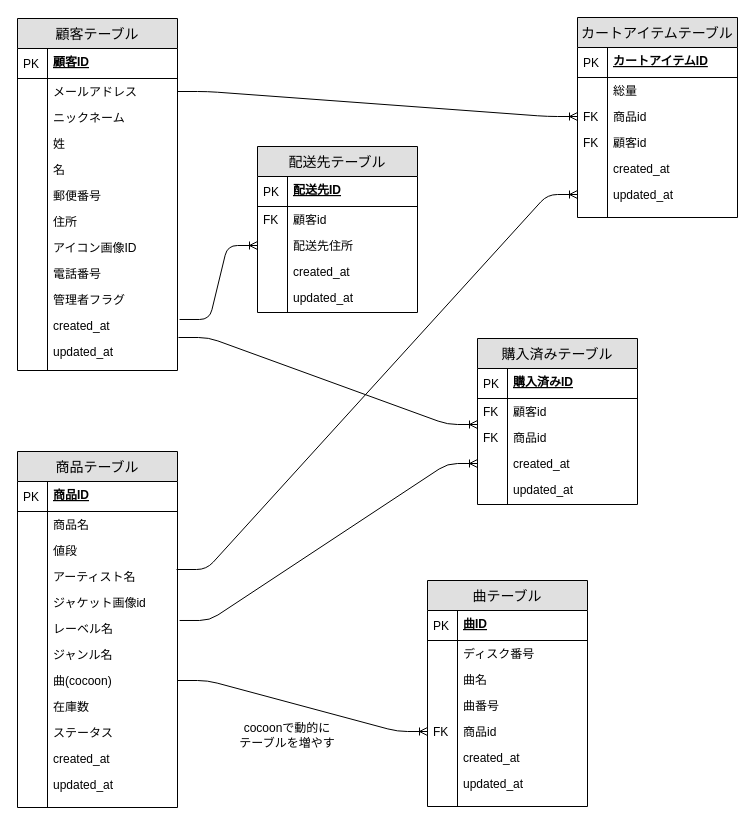
saezurucrow/ec-site keeps this draw.io diagram as Design/ER図.drawio. Above is the earlier version. Source tidied: cells renumbered, new cells numbered last; positions are measured from the earlier drawing's top-left corner, leaving out a move shared by most shapes. Both pictures are drawn from the tidied source at 100%, with x=0, y=0 at pixel (17, 17).
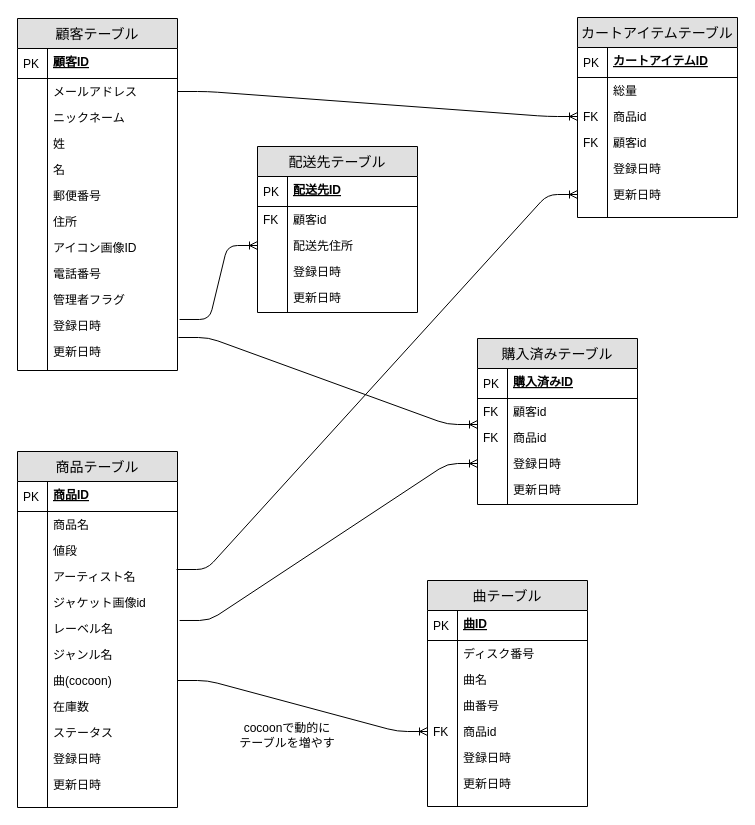
Above is the later version.

Unchanged cells that the change refers to:
```xml
<mxCell id="2" value="顧客テーブル" style="swimlane;fontStyle=0;horizontal=1;startSize=30;fillColor=#e0e0e0;swimlaneFillColor=#ffffff;align=center;fontSize=14;" parent="1" vertex="1">
  <mxGeometry y="1" width="160" height="352" as="geometry" />
</mxCell>
<mxCell id="29" value="商品テーブル" style="swimlane;fontStyle=0;horizontal=1;startSize=30;fillColor=#e0e0e0;swimlaneFillColor=#ffffff;align=center;fontSize=14;" parent="1" vertex="1">
  <mxGeometry y="434" width="160" height="356" as="geometry" />
</mxCell>
<mxCell id="56" value="曲テーブル" style="swimlane;fontStyle=0;horizontal=1;startSize=30;fillColor=#e0e0e0;swimlaneFillColor=#ffffff;align=center;fontSize=14;" parent="1" vertex="1">
  <mxGeometry x="410" y="563" width="160" height="226" as="geometry" />
</mxCell>
<mxCell id="73" value="カートアイテムテーブル" style="swimlane;fontStyle=0;horizontal=1;startSize=30;fillColor=#e0e0e0;swimlaneFillColor=#ffffff;align=center;fontSize=14;" parent="1" vertex="1">
  <mxGeometry x="560" width="160" height="200" as="geometry" />
</mxCell>
<mxCell id="92" value="配送先テーブル" style="swimlane;fontStyle=0;horizontal=1;startSize=30;fillColor=#e0e0e0;swimlaneFillColor=#ffffff;align=center;fontSize=14;" parent="1" vertex="1">
  <mxGeometry x="240" y="129" width="160" height="166" as="geometry" />
</mxCell>
<mxCell id="106" value="購入済みテーブル" style="swimlane;fontStyle=0;horizontal=1;startSize=30;fillColor=#e0e0e0;swimlaneFillColor=#ffffff;align=center;fontSize=14;" parent="1" vertex="1">
  <mxGeometry x="460" y="321" width="160" height="166" as="geometry" />
</mxCell>
```

Change to the diagram source:
```diff
@@
-    <mxCell id="23" value="created_at" style="shape=partialRectangle;top=0;left=0;right=0;bottom=0;align=left;verticalAlign=top;fillColor=none;spacingLeft=34;spacingRight=4;overflow=hidden;points=[[0,0.5],[1,0.5]];portConstraint=eastwest;fontSize=12;" parent="2" vertex="1">
+    <mxCell id="23" value="登録日時" style="shape=partialRectangle;top=0;left=0;right=0;bottom=0;align=left;verticalAlign=top;fillColor=none;spacingLeft=34;spacingRight=4;overflow=hidden;points=[[0,0.5],[1,0.5]];portConstraint=eastwest;fontSize=12;" parent="2" vertex="1">
       <mxGeometry y="294" width="160" height="26" as="geometry" />
     </mxCell>
@@
-    <mxCell id="25" value="updated_at" style="shape=partialRectangle;top=0;left=0;right=0;bottom=0;align=left;verticalAlign=top;fillColor=none;spacingLeft=34;spacingRight=4;overflow=hidden;points=[[0,0.5],[1,0.5]];portConstraint=eastwest;fontSize=12;" parent="2" vertex="1">
+    <mxCell id="25" value="更新日時" style="shape=partialRectangle;top=0;left=0;right=0;bottom=0;align=left;verticalAlign=top;fillColor=none;spacingLeft=34;spacingRight=4;overflow=hidden;points=[[0,0.5],[1,0.5]];portConstraint=eastwest;fontSize=12;" parent="2" vertex="1">
       <mxGeometry y="320" width="160" height="26" as="geometry" />
     </mxCell>
@@
-    <mxCell id="50" value="created_at" style="shape=partialRectangle;top=0;left=0;right=0;bottom=0;align=left;verticalAlign=top;fillColor=none;spacingLeft=34;spacingRight=4;overflow=hidden;fontSize=12;" parent="29" vertex="1">
+    <mxCell id="50" value="登録日時" style="shape=partialRectangle;top=0;left=0;right=0;bottom=0;align=left;verticalAlign=top;fillColor=none;spacingLeft=34;spacingRight=4;overflow=hidden;fontSize=12;" parent="29" vertex="1">
       <mxGeometry y="294" width="160" height="26" as="geometry" />
     </mxCell>
@@
-    <mxCell id="52" value="updated_at" style="shape=partialRectangle;top=0;left=0;right=0;bottom=0;align=left;verticalAlign=top;fillColor=none;spacingLeft=34;spacingRight=4;overflow=hidden;fontSize=12;" parent="29" vertex="1">
+    <mxCell id="52" value="更新日時" style="shape=partialRectangle;top=0;left=0;right=0;bottom=0;align=left;verticalAlign=top;fillColor=none;spacingLeft=34;spacingRight=4;overflow=hidden;fontSize=12;" parent="29" vertex="1">
       <mxGeometry y="320" width="160" height="26" as="geometry" />
     </mxCell>
@@
-    <mxCell id="67" value="created_at" style="shape=partialRectangle;top=0;left=0;right=0;bottom=0;align=left;verticalAlign=top;fillColor=none;spacingLeft=34;spacingRight=4;overflow=hidden;fontSize=12;" parent="56" vertex="1">
+    <mxCell id="67" value="登録日時" style="shape=partialRectangle;top=0;left=0;right=0;bottom=0;align=left;verticalAlign=top;fillColor=none;spacingLeft=34;spacingRight=4;overflow=hidden;fontSize=12;" parent="56" vertex="1">
       <mxGeometry y="164" width="160" height="26" as="geometry" />
     </mxCell>
@@
-    <mxCell id="69" value="updated_at" style="shape=partialRectangle;top=0;left=0;right=0;bottom=0;align=left;verticalAlign=top;fillColor=none;spacingLeft=34;spacingRight=4;overflow=hidden;fontSize=12;" parent="56" vertex="1">
+    <mxCell id="69" value="更新日時" style="shape=partialRectangle;top=0;left=0;right=0;bottom=0;align=left;verticalAlign=top;fillColor=none;spacingLeft=34;spacingRight=4;overflow=hidden;fontSize=12;" parent="56" vertex="1">
       <mxGeometry y="190" width="160" height="26" as="geometry" />
     </mxCell>
@@
-    <mxCell id="82" value="created_at" style="shape=partialRectangle;top=0;left=0;right=0;bottom=0;align=left;verticalAlign=top;fillColor=none;spacingLeft=34;spacingRight=4;overflow=hidden;fontSize=12;" parent="73" vertex="1">
+    <mxCell id="82" value="登録日時" style="shape=partialRectangle;top=0;left=0;right=0;bottom=0;align=left;verticalAlign=top;fillColor=none;spacingLeft=34;spacingRight=4;overflow=hidden;fontSize=12;" parent="73" vertex="1">
       <mxGeometry y="138" width="160" height="26" as="geometry" />
     </mxCell>
@@
-    <mxCell id="84" value="updated_at" style="shape=partialRectangle;top=0;left=0;right=0;bottom=0;align=left;verticalAlign=top;fillColor=none;spacingLeft=34;spacingRight=4;overflow=hidden;points=[[0,0.5],[1,0.5]];portConstraint=eastwest;fontSize=12;" parent="73" vertex="1">
+    <mxCell id="84" value="更新日時" style="shape=partialRectangle;top=0;left=0;right=0;bottom=0;align=left;verticalAlign=top;fillColor=none;spacingLeft=34;spacingRight=4;overflow=hidden;points=[[0,0.5],[1,0.5]];portConstraint=eastwest;fontSize=12;" parent="73" vertex="1">
       <mxGeometry y="164" width="160" height="26" as="geometry" />
     </mxCell>
@@
-    <mxCell id="99" value="created_at" style="shape=partialRectangle;top=0;left=0;right=0;bottom=0;align=left;verticalAlign=top;fillColor=none;spacingLeft=34;spacingRight=4;overflow=hidden;fontSize=12;" parent="92" vertex="1">
+    <mxCell id="99" value="登録日時" style="shape=partialRectangle;top=0;left=0;right=0;bottom=0;align=left;verticalAlign=top;fillColor=none;spacingLeft=34;spacingRight=4;overflow=hidden;fontSize=12;" parent="92" vertex="1">
       <mxGeometry y="112" width="160" height="26" as="geometry" />
     </mxCell>
@@
-    <mxCell id="101" value="updated_at" style="shape=partialRectangle;top=0;left=0;right=0;bottom=0;align=left;verticalAlign=top;fillColor=none;spacingLeft=34;spacingRight=4;overflow=hidden;fontSize=12;" parent="92" vertex="1">
+    <mxCell id="101" value="更新日時" style="shape=partialRectangle;top=0;left=0;right=0;bottom=0;align=left;verticalAlign=top;fillColor=none;spacingLeft=34;spacingRight=4;overflow=hidden;fontSize=12;" parent="92" vertex="1">
       <mxGeometry y="138" width="160" height="26" as="geometry" />
     </mxCell>
@@
-    <mxCell id="113" value="created_at" style="shape=partialRectangle;top=0;left=0;right=0;bottom=0;align=left;verticalAlign=top;fillColor=none;spacingLeft=34;spacingRight=4;overflow=hidden;points=[[0,0.5],[1,0.5]];portConstraint=eastwest;fontSize=12;" parent="106" vertex="1">
+    <mxCell id="113" value="登録日時" style="shape=partialRectangle;top=0;left=0;right=0;bottom=0;align=left;verticalAlign=top;fillColor=none;spacingLeft=34;spacingRight=4;overflow=hidden;points=[[0,0.5],[1,0.5]];portConstraint=eastwest;fontSize=12;" parent="106" vertex="1">
       <mxGeometry y="112" width="160" height="26" as="geometry" />
     </mxCell>
@@
-    <mxCell id="115" value="updated_at" style="shape=partialRectangle;top=0;left=0;right=0;bottom=0;align=left;verticalAlign=top;fillColor=none;spacingLeft=34;spacingRight=4;overflow=hidden;fontSize=12;" parent="106" vertex="1">
+    <mxCell id="115" value="更新日時" style="shape=partialRectangle;top=0;left=0;right=0;bottom=0;align=left;verticalAlign=top;fillColor=none;spacingLeft=34;spacingRight=4;overflow=hidden;fontSize=12;" parent="106" vertex="1">
       <mxGeometry y="138" width="160" height="26" as="geometry" />
     </mxCell>
```
